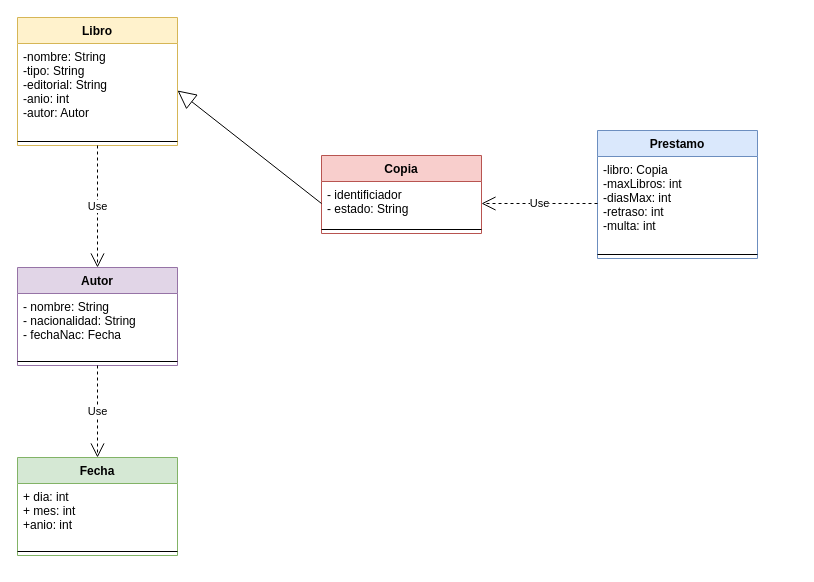
vmcabreu/Diagramas-de-Clase keeps this draw.io diagram as DiagramaC_Biblioteca.drawio. Above is the earlier version. Source tidied: cells renumbered, new cells numbered last; positions are measured from the earlier drawing's top-left corner, leaving out a move shared by most shapes. Both pictures are drawn from the tidied source at 100%, with x=0, y=0 at pixel (17, 17).
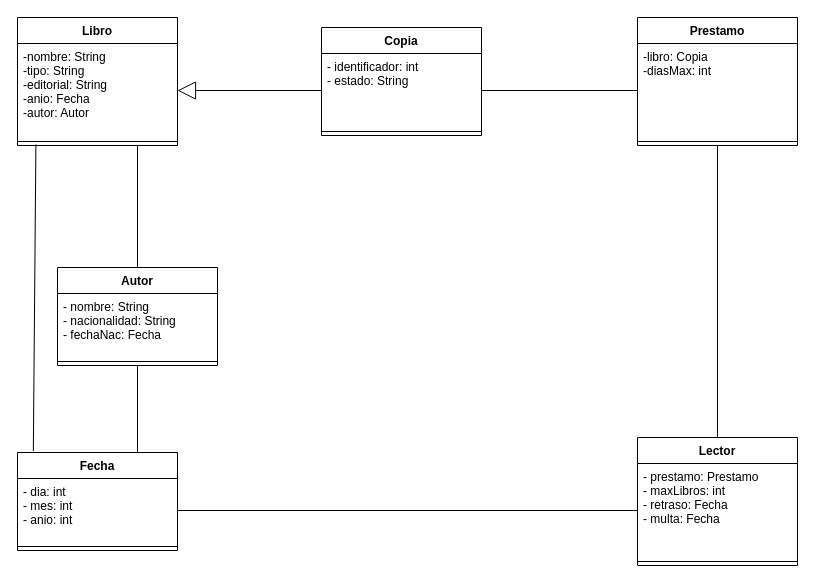
After the change.

Unchanged cells that the change refers to:
```xml
<mxCell id="4" style="line;strokeWidth=1;fillColor=none;align=left;verticalAlign=middle;spacingTop=-1;spacingLeft=3;spacingRight=3;labelPosition=right;points=[];portConstraint=eastwest;" parent="2" vertex="1">
  <mxGeometry y="120" width="160" height="8" as="geometry" />
</mxCell>
```

The edit, as a diff of the source:
```diff
@@
-    <mxCell id="2" value="Libro" style="swimlane;fontStyle=1;align=center;verticalAlign=top;horizontal=1;startSize=26;fillColor=#fff2cc;strokeColor=#d6b656;" parent="1" vertex="1">
+    <mxCell id="2" value="Libro" style="swimlane;fontStyle=1;align=center;verticalAlign=top;horizontal=1;startSize=26;" parent="1" vertex="1">
       <mxGeometry width="160" height="128" as="geometry" />
     </mxCell>
-    <mxCell id="3" value="-nombre: String&#10;-tipo: String&#10;-editorial: String&#10;-anio: int&#10;-autor: Autor&#10;" style="text;strokeColor=none;fillColor=none;align=left;verticalAlign=top;spacingLeft=4;spacingRight=4;overflow=hidden;points=[[0,0.5],[1,0.5]];portConstraint=eastwest;" parent="2" vertex="1">
+    <mxCell id="3" value="-nombre: String&#10;-tipo: String&#10;-editorial: String&#10;-anio: Fecha&#10;-autor: Autor&#10;" style="text;strokeColor=none;fillColor=none;align=left;verticalAlign=top;spacingLeft=4;spacingRight=4;overflow=hidden;points=[[0,0.5],[1,0.5]];portConstraint=eastwest;" parent="2" vertex="1">
       <mxGeometry y="26" width="160" height="94" as="geometry" />
     </mxCell>
@@
-    <mxCell id="5" value="Copia" style="swimlane;fontStyle=1;align=center;verticalAlign=top;horizontal=1;startSize=26;fillColor=#f8cecc;strokeColor=#b85450;" parent="1" vertex="1">
-      <mxGeometry x="304" y="138" width="160" height="78" as="geometry" />
+    <mxCell id="5" value="Copia" style="swimlane;fontStyle=1;align=center;verticalAlign=top;horizontal=1;startSize=26;" parent="1" vertex="1">
+      <mxGeometry x="304" y="10" width="160" height="108" as="geometry" />
     </mxCell>
-    <mxCell id="6" value="- identificiador&#10;- estado: String&#10;" style="text;strokeColor=none;fillColor=none;align=left;verticalAlign=top;spacingLeft=4;spacingRight=4;overflow=hidden;points=[[0,0.5],[1,0.5]];portConstraint=eastwest;" parent="5" vertex="1">
-      <mxGeometry y="26" width="160" height="44" as="geometry" />
+    <mxCell id="6" value="- identificador: int&#10;- estado: String&#10;" style="text;strokeColor=none;fillColor=none;align=left;verticalAlign=top;spacingLeft=4;spacingRight=4;overflow=hidden;points=[[0,0.5],[1,0.5]];portConstraint=eastwest;" parent="5" vertex="1">
+      <mxGeometry y="26" width="160" height="74" as="geometry" />
     </mxCell>
     <mxCell id="7" style="line;strokeWidth=1;fillColor=none;align=left;verticalAlign=middle;spacingTop=-1;spacingLeft=3;spacingRight=3;labelPosition=right;" parent="5" vertex="1">
-      <mxGeometry y="70" width="160" height="8" as="geometry" />
+      <mxGeometry y="100" width="160" height="8" as="geometry" />
     </mxCell>
-    <mxCell id="8" value="Fecha" style="swimlane;fontStyle=1;align=center;verticalAlign=top;horizontal=1;startSize=26;fillColor=#d5e8d4;strokeColor=#82b366;" parent="1" vertex="1">
-      <mxGeometry y="440" width="160" height="98" as="geometry" />
+    <mxCell id="8" value="Fecha" style="swimlane;fontStyle=1;align=center;verticalAlign=top;horizontal=1;startSize=26;" parent="1" vertex="1">
+      <mxGeometry y="435" width="160" height="98" as="geometry" />
     </mxCell>
-    <mxCell id="9" value="+ dia: int&#10;+ mes: int&#10;+anio: int&#10;" style="text;strokeColor=none;fillColor=none;align=left;verticalAlign=top;spacingLeft=4;spacingRight=4;overflow=hidden;points=[[0,0.5],[1,0.5]];portConstraint=eastwest;" parent="8" vertex="1">
+    <mxCell id="9" value="- dia: int&#10;- mes: int&#10;- anio: int&#10;" style="text;strokeColor=none;fillColor=none;align=left;verticalAlign=top;spacingLeft=4;spacingRight=4;overflow=hidden;points=[[0,0.5],[1,0.5]];portConstraint=eastwest;" parent="8" vertex="1">
       <mxGeometry y="26" width="160" height="64" as="geometry" />
     </mxCell>
@@
-    <mxCell id="11" value="Autor" style="swimlane;fontStyle=1;align=center;verticalAlign=top;horizontal=1;startSize=26;fillColor=#e1d5e7;strokeColor=#9673a6;" parent="1" vertex="1">
-      <mxGeometry y="250" width="160" height="98" as="geometry" />
+    <mxCell id="11" value="Autor" style="swimlane;fontStyle=1;align=center;verticalAlign=top;horizontal=1;startSize=26;" parent="1" vertex="1">
+      <mxGeometry x="40" y="250" width="160" height="98" as="geometry" />
     </mxCell>
@@
-    <mxCell id="14" value="Prestamo" style="swimlane;fontStyle=1;align=center;verticalAlign=top;horizontal=1;startSize=26;fillColor=#dae8fc;strokeColor=#6c8ebf;" parent="1" vertex="1">
-      <mxGeometry x="580" y="113" width="160" height="128" as="geometry" />
+    <mxCell id="14" value="Prestamo" style="swimlane;fontStyle=1;align=center;verticalAlign=top;horizontal=1;startSize=26;" parent="1" vertex="1">
+      <mxGeometry x="620" width="160" height="128" as="geometry" />
     </mxCell>
-    <mxCell id="15" value="-libro: Copia&#10;-maxLibros: int&#10;-diasMax: int&#10;-retraso: int&#10;-multa: int&#10;" style="text;strokeColor=none;fillColor=none;align=left;verticalAlign=top;spacingLeft=4;spacingRight=4;overflow=hidden;points=[[0,0.5],[1,0.5]];portConstraint=eastwest;" parent="14" vertex="1">
+    <mxCell id="15" value="-libro: Copia&#10;-diasMax: int&#10;" style="text;strokeColor=none;fillColor=none;align=left;verticalAlign=top;spacingLeft=4;spacingRight=4;overflow=hidden;points=[[0,0.5],[1,0.5]];portConstraint=eastwest;" parent="14" vertex="1">
       <mxGeometry y="26" width="160" height="94" as="geometry" />
     </mxCell>
@@
-    <mxCell id="18" value="Use" style="endArrow=open;endSize=12;dashed=1;html=1;rounded=0;exitX=0.5;exitY=1;exitDx=0;exitDy=0;entryX=0.5;entryY=0;entryDx=0;entryDy=0;" parent="1" edge="1" source="2" target="11">
-      <mxGeometry relative="1" as="geometry" />
-    </mxCell>
-    <mxCell id="19" value="Use" style="endArrow=open;endSize=12;dashed=1;html=1;rounded=0;exitX=0.5;exitY=1;exitDx=0;exitDy=0;entryX=0.5;entryY=0;entryDx=0;entryDy=0;" parent="1" edge="1" source="11" target="8">
-      <mxGeometry relative="1" as="geometry" />
-    </mxCell>
-    <mxCell id="20" value="Use" style="endArrow=open;endSize=12;dashed=1;html=1;rounded=0;entryX=1;entryY=0.5;entryDx=0;entryDy=0;exitX=0;exitY=0.5;exitDx=0;exitDy=0;" parent="1" edge="1" source="15" target="6">
-      <mxGeometry relative="1" as="geometry" />
-    </mxCell>
+    <mxCell id="21" style="endArrow=none;endFill=0;endSize=24;html=1;rounded=0;exitX=0.5;exitY=0;exitDx=0;exitDy=0;entryX=0.75;entryY=1;entryDx=0;entryDy=0;" parent="1" edge="1" source="11" target="2">
+      <mxGeometry relative="1" as="geometry" />
+    </mxCell>
+    <mxCell id="22" style="endArrow=none;endFill=0;endSize=24;html=1;rounded=0;entryX=0;entryY=0.5;entryDx=0;entryDy=0;exitX=1;exitY=0.5;exitDx=0;exitDy=0;" parent="1" edge="1" source="6" target="15">
+      <mxGeometry relative="1" as="geometry" />
+    </mxCell>
+    <mxCell id="23" style="endArrow=none;endFill=0;endSize=24;html=1;rounded=0;exitX=1;exitY=0.5;exitDx=0;exitDy=0;entryX=0;entryY=0.5;entryDx=0;entryDy=0;" parent="1" edge="1" source="9" target="25">
+      <mxGeometry relative="1" as="geometry" />
+    </mxCell>
+    <mxCell id="24" value="Lector" style="swimlane;fontStyle=1;align=center;verticalAlign=top;horizontal=1;startSize=26;" parent="1" vertex="1">
+      <mxGeometry x="620" y="420" width="160" height="128" as="geometry" />
+    </mxCell>
+    <mxCell id="25" value="- prestamo: Prestamo&#10;- maxLibros: int&#10;- retraso: Fecha&#10;- multa: Fecha&#10;&#10;" style="text;strokeColor=none;fillColor=none;align=left;verticalAlign=top;spacingLeft=4;spacingRight=4;overflow=hidden;points=[[0,0.5],[1,0.5]];portConstraint=eastwest;" parent="24" vertex="1">
+      <mxGeometry y="26" width="160" height="94" as="geometry" />
+    </mxCell>
+    <mxCell id="26" style="line;strokeWidth=1;fillColor=none;align=left;verticalAlign=middle;spacingTop=-1;spacingLeft=3;spacingRight=3;labelPosition=right;" parent="24" vertex="1">
+      <mxGeometry y="120" width="160" height="8" as="geometry" />
+    </mxCell>
+    <mxCell id="27" style="endArrow=none;endFill=0;endSize=24;html=1;rounded=0;exitX=0.5;exitY=1;exitDx=0;exitDy=0;entryX=0.5;entryY=0;entryDx=0;entryDy=0;" parent="1" edge="1" source="14" target="24">
+      <mxGeometry relative="1" as="geometry" />
+    </mxCell>
+    <mxCell id="28" style="endArrow=none;endFill=0;endSize=24;html=1;rounded=0;entryX=0.5;entryY=1;entryDx=0;entryDy=0;exitX=0.75;exitY=0;exitDx=0;exitDy=0;" parent="1" edge="1" source="8" target="11">
+      <mxGeometry relative="1" as="geometry" />
+    </mxCell>
+    <mxCell id="29" style="endArrow=none;endFill=0;endSize=24;html=1;rounded=0;exitX=0.099;exitY=-0.014;exitDx=0;exitDy=0;exitPerimeter=0;entryX=0.115;entryY=0.875;entryDx=0;entryDy=0;entryPerimeter=0;" parent="1" edge="1" source="8" target="4">
+      <mxGeometry relative="1" as="geometry" />
+    </mxCell>
```
